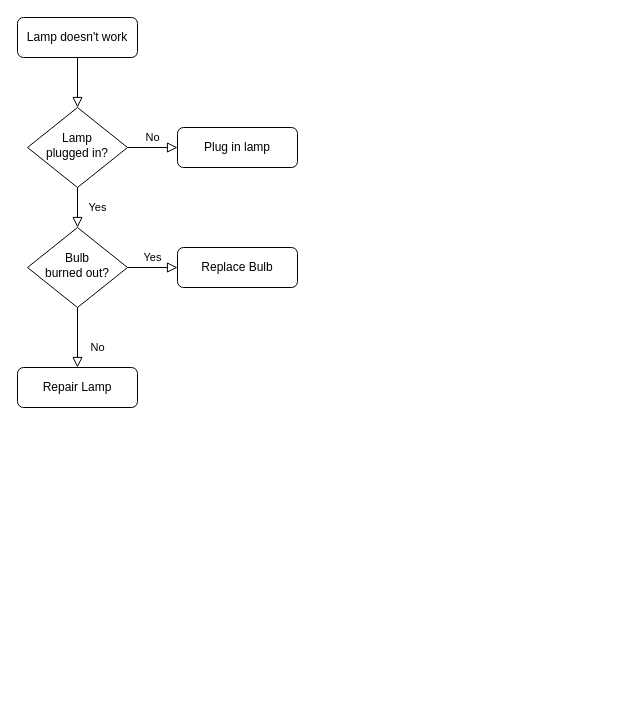
Above: Untitled Diagram.drawio in RocaPiedra/XAI-Visualizer (draw.io), before the change. Source tidied: cells renumbered, new cells numbered last; positions are measured from the earlier drawing's top-left corner, leaving out a move shared by most shapes. Both pictures are drawn from the tidied source at 100%, with x=0, y=0 at pixel (17, 17).
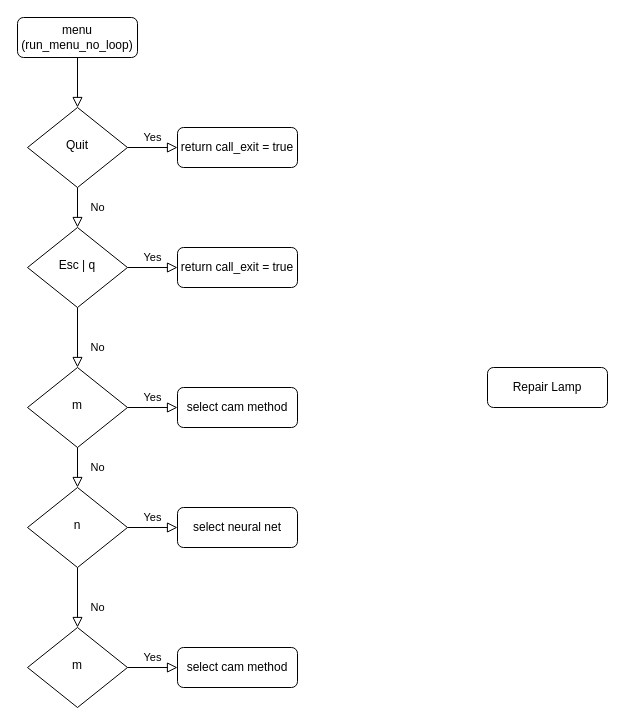
Above is the later version.

Diff of the diagram source:
```diff
@@
-    <mxCell id="3" value="Lamp doesn't work" style="rounded=1;whiteSpace=wrap;html=1;fontSize=12;glass=0;strokeWidth=1;shadow=0;" parent="1" vertex="1">
+    <mxCell id="3" value="menu (run_menu_no_loop)" style="rounded=1;whiteSpace=wrap;html=1;fontSize=12;glass=0;strokeWidth=1;shadow=0;" parent="1" vertex="1">
       <mxGeometry width="120" height="40" as="geometry" />
     </mxCell>
-    <mxCell id="4" value="Yes" style="rounded=0;html=1;jettySize=auto;fontSize=11;endArrow=block;endFill=0;endSize=8;strokeWidth=1;shadow=0;labelBackgroundColor=none;edgeStyle=orthogonalEdgeStyle;" parent="1" edge="1" source="6" target="10">
+    <mxCell id="4" value="No" style="rounded=0;html=1;jettySize=auto;fontSize=11;endArrow=block;endFill=0;endSize=8;strokeWidth=1;shadow=0;labelBackgroundColor=none;edgeStyle=orthogonalEdgeStyle;" parent="1" edge="1" source="6" target="10">
       <mxGeometry y="20" relative="1" as="geometry" />
     </mxCell>
-    <mxCell id="5" value="No" style="edgeStyle=orthogonalEdgeStyle;rounded=0;html=1;jettySize=auto;fontSize=11;endArrow=block;endFill=0;endSize=8;strokeWidth=1;shadow=0;labelBackgroundColor=none;" parent="1" edge="1" source="6" target="7">
-      <mxGeometry y="10" relative="1" as="geometry" />
-    </mxCell>
-    <mxCell id="6" value="Lamp&lt;br&gt;plugged in?" style="rhombus;whiteSpace=wrap;html=1;shadow=0;fontFamily=Helvetica;fontSize=12;align=center;strokeWidth=1;spacing=6;spacingTop=-4;" parent="1" vertex="1">
+    <mxCell id="6" value="Quit" style="rhombus;whiteSpace=wrap;html=1;shadow=0;fontFamily=Helvetica;fontSize=12;align=center;strokeWidth=1;spacing=6;spacingTop=-4;" parent="1" vertex="1">
       <mxGeometry x="10" y="90" width="100" height="80" as="geometry" />
     </mxCell>
-    <mxCell id="7" value="Plug in lamp" style="rounded=1;whiteSpace=wrap;html=1;fontSize=12;glass=0;strokeWidth=1;shadow=0;" parent="1" vertex="1">
+    <mxCell id="7" value="return call_exit = true" style="rounded=1;whiteSpace=wrap;html=1;fontSize=12;glass=0;strokeWidth=1;shadow=0;" parent="1" vertex="1">
       <mxGeometry x="160" y="110" width="120" height="40" as="geometry" />
     </mxCell>
-    <mxCell id="8" value="No" style="rounded=0;html=1;jettySize=auto;fontSize=11;endArrow=block;endFill=0;endSize=8;strokeWidth=1;shadow=0;labelBackgroundColor=none;edgeStyle=orthogonalEdgeStyle;" parent="1" edge="1" source="10" target="11">
+    <mxCell id="8" value="No" style="rounded=0;html=1;jettySize=auto;fontSize=11;endArrow=block;endFill=0;endSize=8;strokeWidth=1;shadow=0;labelBackgroundColor=none;edgeStyle=orthogonalEdgeStyle;" parent="1" edge="1" source="10" target="13">
       <mxGeometry x="0.33" y="20" relative="1" as="geometry" />
     </mxCell>
@@
-    <mxCell id="10" value="Bulb&lt;br&gt;burned out?" style="rhombus;whiteSpace=wrap;html=1;shadow=0;fontFamily=Helvetica;fontSize=12;align=center;strokeWidth=1;spacing=6;spacingTop=-4;" parent="1" vertex="1">
+    <mxCell id="10" value="Esc | q" style="rhombus;whiteSpace=wrap;html=1;shadow=0;fontFamily=Helvetica;fontSize=12;align=center;strokeWidth=1;spacing=6;spacingTop=-4;" parent="1" vertex="1">
       <mxGeometry x="10" y="210" width="100" height="80" as="geometry" />
     </mxCell>
+    <mxCell id="12" value="return call_exit = true" style="rounded=1;whiteSpace=wrap;html=1;fontSize=12;glass=0;strokeWidth=1;shadow=0;" parent="1" vertex="1">
+      <mxGeometry x="160" y="230" width="120" height="40" as="geometry" />
+    </mxCell>
+    <mxCell id="5" value="Yes" style="edgeStyle=orthogonalEdgeStyle;rounded=0;html=1;jettySize=auto;fontSize=11;endArrow=block;endFill=0;endSize=8;strokeWidth=1;shadow=0;labelBackgroundColor=none;" parent="1" edge="1" source="6" target="7">
+      <mxGeometry y="10" relative="1" as="geometry" />
+    </mxCell>
+    <mxCell id="13" value="m" style="rhombus;whiteSpace=wrap;html=1;shadow=0;fontFamily=Helvetica;fontSize=12;align=center;strokeWidth=1;spacing=6;spacingTop=-4;" parent="1" vertex="1">
+      <mxGeometry x="10" y="350" width="100" height="80" as="geometry" />
+    </mxCell>
     <mxCell id="11" value="Repair Lamp" style="rounded=1;whiteSpace=wrap;html=1;fontSize=12;glass=0;strokeWidth=1;shadow=0;" parent="1" vertex="1">
-      <mxGeometry y="350" width="120" height="40" as="geometry" />
+      <mxGeometry x="470" y="350" width="120" height="40" as="geometry" />
     </mxCell>
-    <mxCell id="12" value="Replace Bulb" style="rounded=1;whiteSpace=wrap;html=1;fontSize=12;glass=0;strokeWidth=1;shadow=0;" parent="1" vertex="1">
-      <mxGeometry x="160" y="230" width="120" height="40" as="geometry" />
-    </mxCell>
+    <mxCell id="14" value="Yes" style="edgeStyle=orthogonalEdgeStyle;rounded=0;html=1;jettySize=auto;fontSize=11;endArrow=block;endFill=0;endSize=8;strokeWidth=1;shadow=0;labelBackgroundColor=none;" parent="1" edge="1" source="13" target="15">
+      <mxGeometry y="10" relative="1" as="geometry" />
+    </mxCell>
+    <mxCell id="15" value="select cam method" style="rounded=1;whiteSpace=wrap;html=1;fontSize=12;glass=0;strokeWidth=1;shadow=0;" parent="1" vertex="1">
+      <mxGeometry x="160" y="370" width="120" height="40" as="geometry" />
+    </mxCell>
+    <mxCell id="16" value="No" style="rounded=0;html=1;jettySize=auto;fontSize=11;endArrow=block;endFill=0;endSize=8;strokeWidth=1;shadow=0;labelBackgroundColor=none;edgeStyle=orthogonalEdgeStyle;" parent="1" edge="1" source="13" target="19">
+      <mxGeometry y="20" relative="1" as="geometry" />
+    </mxCell>
+    <mxCell id="17" value="No" style="rounded=0;html=1;jettySize=auto;fontSize=11;endArrow=block;endFill=0;endSize=8;strokeWidth=1;shadow=0;labelBackgroundColor=none;edgeStyle=orthogonalEdgeStyle;" parent="1" edge="1" source="19" target="21">
+      <mxGeometry x="0.33" y="20" relative="1" as="geometry" />
+    </mxCell>
+    <mxCell id="18" value="Yes" style="edgeStyle=orthogonalEdgeStyle;rounded=0;html=1;jettySize=auto;fontSize=11;endArrow=block;endFill=0;endSize=8;strokeWidth=1;shadow=0;labelBackgroundColor=none;" parent="1" edge="1" source="19" target="20">
+      <mxGeometry y="10" relative="1" as="geometry" />
+    </mxCell>
+    <mxCell id="19" value="n" style="rhombus;whiteSpace=wrap;html=1;shadow=0;fontFamily=Helvetica;fontSize=12;align=center;strokeWidth=1;spacing=6;spacingTop=-4;" parent="1" vertex="1">
+      <mxGeometry x="10" y="470" width="100" height="80" as="geometry" />
+    </mxCell>
+    <mxCell id="20" value="select neural net" style="rounded=1;whiteSpace=wrap;html=1;fontSize=12;glass=0;strokeWidth=1;shadow=0;" parent="1" vertex="1">
+      <mxGeometry x="160" y="490" width="120" height="40" as="geometry" />
+    </mxCell>
+    <mxCell id="21" value="m" style="rhombus;whiteSpace=wrap;html=1;shadow=0;fontFamily=Helvetica;fontSize=12;align=center;strokeWidth=1;spacing=6;spacingTop=-4;" parent="1" vertex="1">
+      <mxGeometry x="10" y="610" width="100" height="80" as="geometry" />
+    </mxCell>
+    <mxCell id="22" value="Yes" style="edgeStyle=orthogonalEdgeStyle;rounded=0;html=1;jettySize=auto;fontSize=11;endArrow=block;endFill=0;endSize=8;strokeWidth=1;shadow=0;labelBackgroundColor=none;" parent="1" edge="1" source="21" target="23">
+      <mxGeometry y="10" relative="1" as="geometry" />
+    </mxCell>
+    <mxCell id="23" value="select cam method" style="rounded=1;whiteSpace=wrap;html=1;fontSize=12;glass=0;strokeWidth=1;shadow=0;" parent="1" vertex="1">
+      <mxGeometry x="160" y="630" width="120" height="40" as="geometry" />
+    </mxCell>
```
